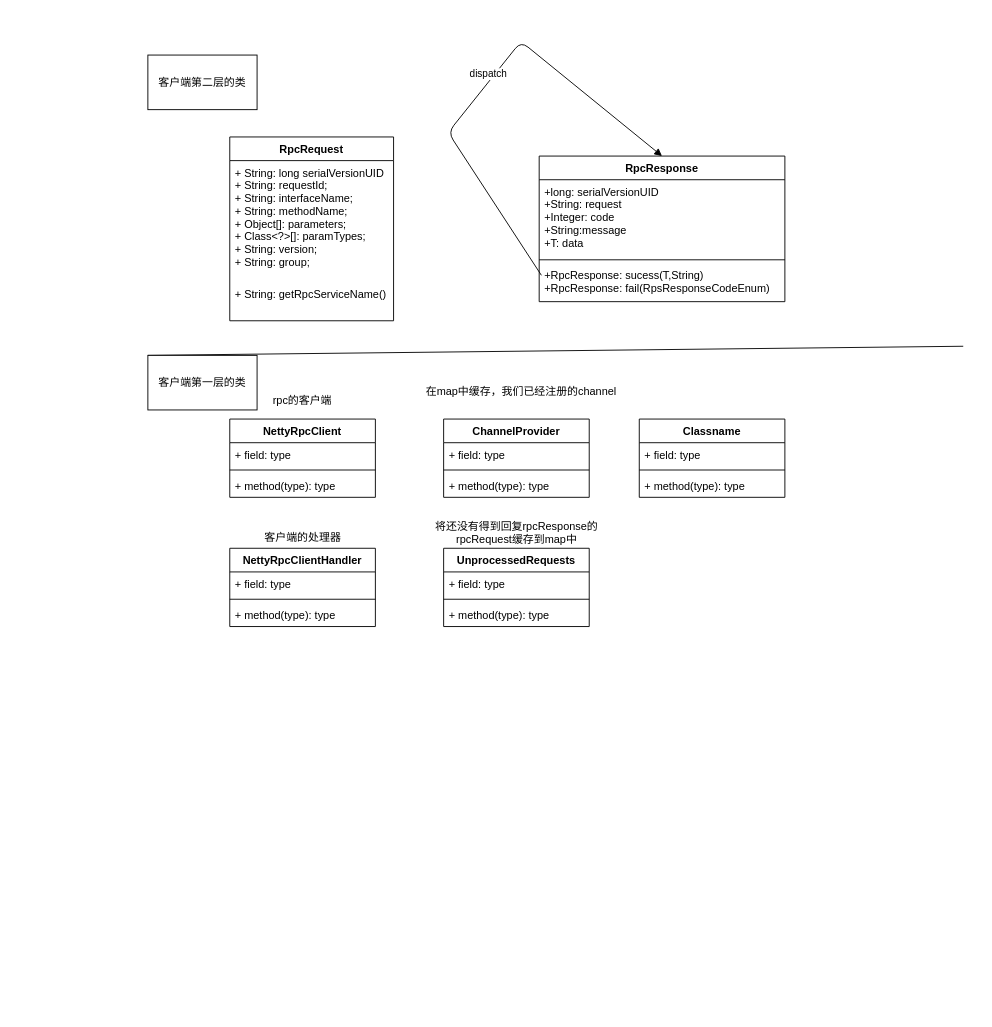
Above: Untitled Diagram.drawio in 887412/51-microcontroller_InfraredCalcCulator (draw.io), before the change. Source tidied: cells renumbered, new cells numbered last; positions are measured from the earlier drawing's top-left corner, leaving out a move shared by most shapes. Both pictures are drawn from the tidied source at 91%, with x=0, y=0 at pixel (147, 41).
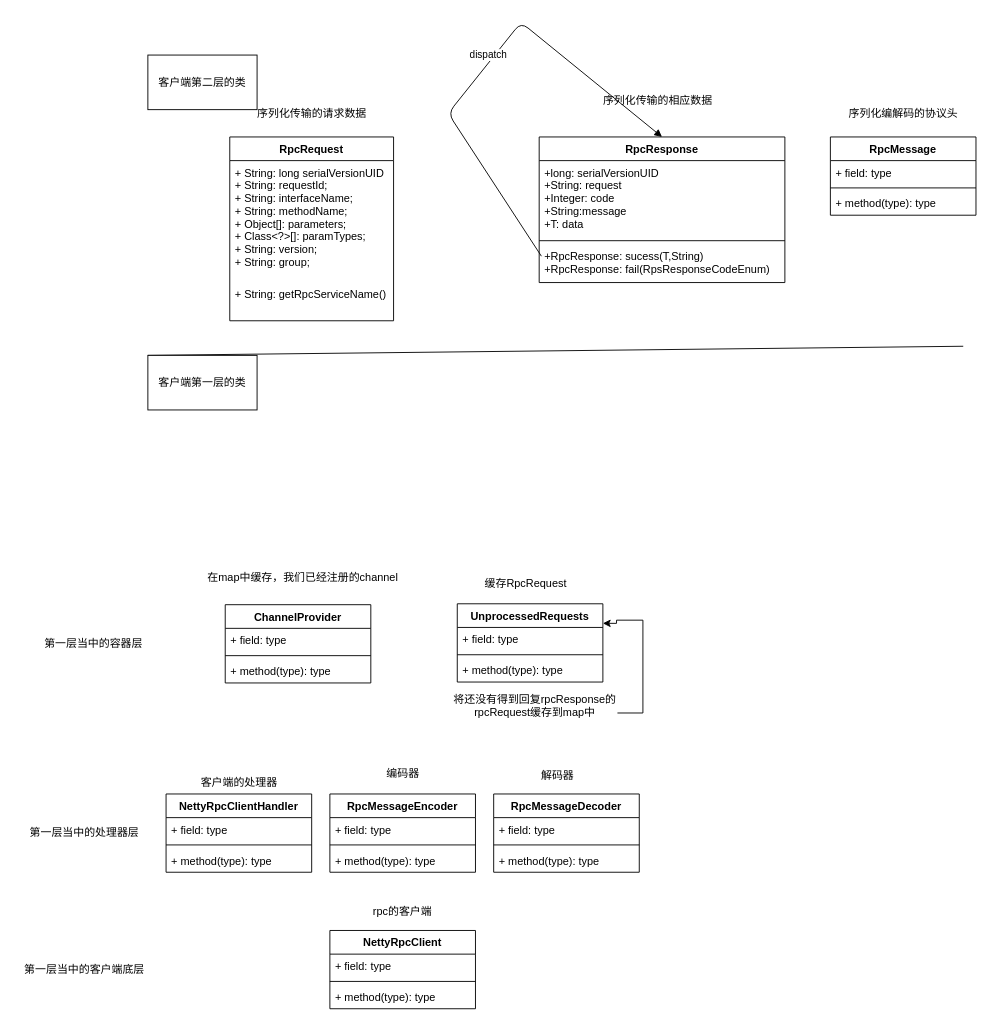
After the change.

Change to the diagram source:
```diff
@@
     <mxCell id="6" value="RpcResponse" style="swimlane;fontStyle=1;align=center;verticalAlign=top;horizontal=1;startSize=26;" parent="1" vertex="1">
-      <mxGeometry x="430" y="126" width="270" height="160" as="geometry" />
+      <mxGeometry x="430" y="105" width="270" height="160" as="geometry" />
     </mxCell>
@@
     <mxCell id="11" value="ChannelProvider" style="swimlane;fontStyle=1;align=center;verticalAlign=top;horizontal=1;startSize=26;" parent="1" vertex="1">
-      <mxGeometry x="325" y="415" width="160" height="86" as="geometry" />
+      <mxGeometry x="85" y="619" width="160" height="86" as="geometry" />
     </mxCell>
@@
     <mxCell id="15" value="NettyRpcClient" style="swimlane;fontStyle=1;align=center;verticalAlign=top;horizontal=1;startSize=26;" parent="1" vertex="1">
-      <mxGeometry x="90" y="415" width="160" height="86" as="geometry" />
+      <mxGeometry x="200" y="977" width="160" height="86" as="geometry" />
     </mxCell>
@@
     <mxCell id="19" value="NettyRpcClientHandler" style="swimlane;fontStyle=1;align=center;verticalAlign=top;horizontal=1;startSize=26;" parent="1" vertex="1">
-      <mxGeometry x="90" y="557" width="160" height="86" as="geometry" />
+      <mxGeometry x="20" y="827" width="160" height="86" as="geometry" />
     </mxCell>
@@
     <mxCell id="23" value="UnprocessedRequests" style="swimlane;fontStyle=1;align=center;verticalAlign=top;horizontal=1;startSize=26;" parent="1" vertex="1">
-      <mxGeometry x="325" y="557" width="160" height="86" as="geometry" />
+      <mxGeometry x="340" y="618" width="160" height="86" as="geometry" />
     </mxCell>
@@
     <mxCell id="27" value="rpc的客户端" style="text;html=1;strokeColor=none;fillColor=none;align=center;verticalAlign=middle;whiteSpace=wrap;rounded=0;" parent="1" vertex="1">
-      <mxGeometry x="115" y="385" width="110" height="20" as="geometry" />
+      <mxGeometry x="225" y="947" width="110" height="20" as="geometry" />
     </mxCell>
     <mxCell id="28" value="客户端的处理器" style="text;html=1;align=center;verticalAlign=middle;strokeColor=none;fillColor=none;" parent="1" vertex="1">
-      <mxGeometry x="120" y="535" width="100" height="20" as="geometry" />
+      <mxGeometry x="50" y="805" width="100" height="20" as="geometry" />
     </mxCell>
     <mxCell id="29" value="在map中缓存，我们已经注册的channel" style="text;html=1;align=center;verticalAlign=middle;strokeColor=none;fillColor=none;" parent="1" vertex="1">
-      <mxGeometry x="300" y="375" width="220" height="20" as="geometry" />
+      <mxGeometry x="60" y="579" width="220" height="20" as="geometry" />
     </mxCell>
+    <mxCell id="38" style="edgeStyle=orthogonalEdgeStyle;rounded=0;jettySize=auto;html=1;entryX=1;entryY=0.25;entryDx=0;entryDy=0;exitX=1.005;exitY=0.533;exitDx=0;exitDy=0;exitPerimeter=0;" parent="1" edge="1" target="23">
+      <mxGeometry relative="1" as="geometry">
+        <mxPoint x="516" y="738" as="sourcePoint" />
+        <Array as="points">
+          <mxPoint x="544" y="738" />
+          <mxPoint x="544" y="636" />
+          <mxPoint x="515" y="636" />
+          <mxPoint x="515" y="640" />
+        </Array>
+      </mxGeometry>
+    </mxCell>
     <mxCell id="30" value="将还没有得到回复rpcResponse的&lt;br&gt;rpcRequest缓存到map中" style="text;html=1;align=center;verticalAlign=middle;strokeColor=none;fillColor=none;" parent="1" vertex="1">
-      <mxGeometry x="310" y="525" width="190" height="30" as="geometry" />
+      <mxGeometry x="330" y="715" width="190" height="30" as="geometry" />
     </mxCell>
@@
-    <mxCell id="34" value="Classname" style="swimlane;fontStyle=1;align=center;verticalAlign=top;horizontal=1;startSize=26;" parent="1" vertex="1">
-      <mxGeometry x="540" y="415" width="160" height="86" as="geometry" />
+    <mxCell id="34" value="RpcMessageDecoder" style="swimlane;fontStyle=1;align=center;verticalAlign=top;horizontal=1;startSize=26;" parent="1" vertex="1">
+      <mxGeometry x="380" y="827" width="160" height="86" as="geometry" />
     </mxCell>
@@
+    <mxCell id="39" value="缓存RpcRequest" style="text;html=1;align=center;verticalAlign=middle;strokeColor=none;fillColor=none;" parent="1" vertex="1">
+      <mxGeometry x="360" y="586" width="110" height="20" as="geometry" />
+    </mxCell>
+    <mxCell id="40" value="RpcMessageEncoder" style="swimlane;fontStyle=1;align=center;verticalAlign=top;horizontal=1;startSize=26;" parent="1" vertex="1">
+      <mxGeometry x="200" y="827" width="160" height="86" as="geometry" />
+    </mxCell>
+    <mxCell id="41" value="+ field: type" style="text;strokeColor=none;fillColor=none;align=left;verticalAlign=top;spacingLeft=4;spacingRight=4;overflow=hidden;" parent="40" vertex="1">
+      <mxGeometry y="26" width="160" height="26" as="geometry" />
+    </mxCell>
+    <mxCell id="42" style="line;strokeWidth=1;fillColor=none;align=left;verticalAlign=middle;spacingTop=-1;spacingLeft=3;spacingRight=3;labelPosition=right;" parent="40" vertex="1">
+      <mxGeometry y="52" width="160" height="8" as="geometry" />
+    </mxCell>
+    <mxCell id="43" value="+ method(type): type" style="text;strokeColor=none;fillColor=none;align=left;verticalAlign=top;spacingLeft=4;spacingRight=4;overflow=hidden;" parent="40" vertex="1">
+      <mxGeometry y="60" width="160" height="26" as="geometry" />
+    </mxCell>
+    <mxCell id="44" value="解码器" style="text;html=1;align=center;verticalAlign=middle;strokeColor=none;fillColor=none;" parent="1" vertex="1">
+      <mxGeometry x="425" y="797" width="50" height="20" as="geometry" />
+    </mxCell>
+    <mxCell id="45" value="编码器" style="text;html=1;align=center;verticalAlign=middle;strokeColor=none;fillColor=none;" parent="1" vertex="1">
+      <mxGeometry x="255" y="795" width="50" height="20" as="geometry" />
+    </mxCell>
+    <mxCell id="46" value="RpcMessage" style="swimlane;fontStyle=1;align=center;verticalAlign=top;horizontal=1;startSize=26;" parent="1" vertex="1">
+      <mxGeometry x="750" y="105" width="160" height="86" as="geometry" />
+    </mxCell>
+    <mxCell id="47" value="+ field: type" style="text;strokeColor=none;fillColor=none;align=left;verticalAlign=top;spacingLeft=4;spacingRight=4;overflow=hidden;" parent="46" vertex="1">
+      <mxGeometry y="26" width="160" height="26" as="geometry" />
+    </mxCell>
+    <mxCell id="48" style="line;strokeWidth=1;fillColor=none;align=left;verticalAlign=middle;spacingTop=-1;spacingLeft=3;spacingRight=3;labelPosition=right;" parent="46" vertex="1">
+      <mxGeometry y="52" width="160" height="8" as="geometry" />
+    </mxCell>
+    <mxCell id="49" value="+ method(type): type" style="text;strokeColor=none;fillColor=none;align=left;verticalAlign=top;spacingLeft=4;spacingRight=4;overflow=hidden;" parent="46" vertex="1">
+      <mxGeometry y="60" width="160" height="26" as="geometry" />
+    </mxCell>
+    <mxCell id="50" value="序列化编解码的协议头" style="text;html=1;align=center;verticalAlign=middle;strokeColor=none;fillColor=none;" parent="1" vertex="1">
+      <mxGeometry x="760" y="70" width="140" height="20" as="geometry" />
+    </mxCell>
+    <mxCell id="51" value="序列化传输的相应数据" style="text;html=1;align=center;verticalAlign=middle;strokeColor=none;fillColor=none;" parent="1" vertex="1">
+      <mxGeometry x="490" y="55" width="140" height="20" as="geometry" />
+    </mxCell>
+    <mxCell id="52" value="序列化传输的请求数据" style="text;html=1;align=center;verticalAlign=middle;strokeColor=none;fillColor=none;" parent="1" vertex="1">
+      <mxGeometry x="110" y="70" width="140" height="20" as="geometry" />
+    </mxCell>
+    <mxCell id="53" value="第一层当中的容器层" style="text;html=1;align=center;verticalAlign=middle;strokeColor=none;fillColor=none;" parent="1" vertex="1">
+      <mxGeometry x="-120" y="652" width="120" height="20" as="geometry" />
+    </mxCell>
+    <mxCell id="54" value="第一层当中的处理器层" style="text;html=1;align=center;verticalAlign=middle;strokeColor=none;fillColor=none;" parent="1" vertex="1">
+      <mxGeometry x="-140" y="860" width="140" height="20" as="geometry" />
+    </mxCell>
+    <mxCell id="55" value="第一层当中的客户端底层" style="text;html=1;align=center;verticalAlign=middle;strokeColor=none;fillColor=none;" parent="1" vertex="1">
+      <mxGeometry x="-145" y="1010" width="150" height="20" as="geometry" />
+    </mxCell>
```
